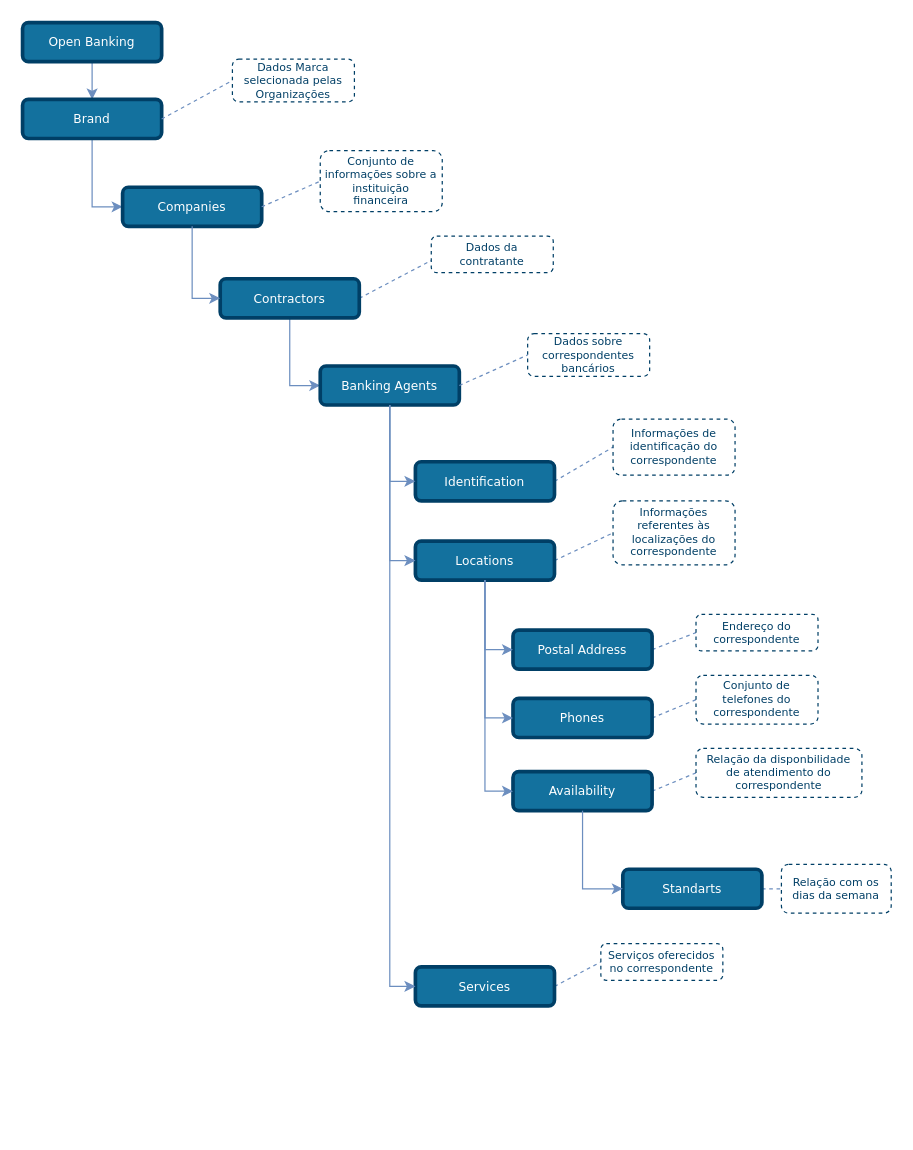
The draw.io diagram draw_io_diagrams/TLD_Banking_Agents_v1.drawio in OpenBanking-Brasil/areadesenvolvedor, before the edit. Source tidied: cells renumbered, new cells numbered last; positions are measured from the earlier drawing's top-left corner, leaving out a move shared by most shapes. Both pictures are drawn from the tidied source at 122%, with x=0, y=0 at pixel (22, 22).
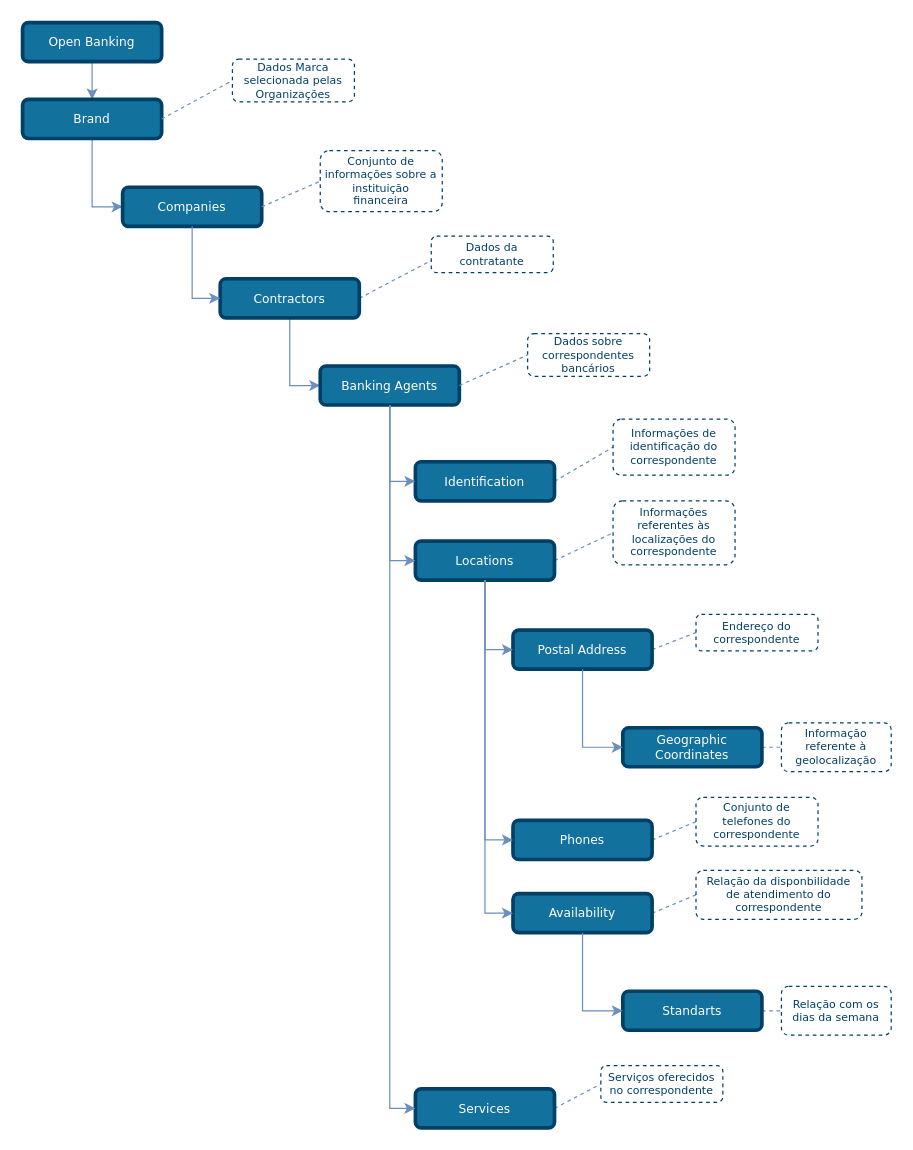
The same diagram, later.

Unchanged cells that the change refers to:
```xml
<mxCell id="32" value="Postal Address" style="rounded=1;comic=0;shadow=0;backgroundOutline=0;snapToPoint=0;fixDash=0;strokeWidth=3;fontFamily=Verdana;fontStyle=0;labelBorderColor=none;labelBackgroundColor=none;whiteSpace=wrap;html=1;fontSize=10;fillColor=#13719E;strokeColor=#003F66;fontColor=#ffffff;" parent="1" vertex="1">
  <mxGeometry x="402" y="498" width="114" height="32" as="geometry" />
</mxCell>
```

Change to the diagram source:
```diff
@@
     <mxCell id="28" value="Services" style="rounded=1;comic=0;shadow=0;backgroundOutline=0;snapToPoint=0;fixDash=0;strokeWidth=3;fontFamily=Verdana;fontStyle=0;labelBorderColor=none;labelBackgroundColor=none;whiteSpace=wrap;html=1;fontSize=10;fillColor=#13719E;strokeColor=#003F66;fontColor=#ffffff;" parent="1" vertex="1">
-      <mxGeometry x="322" y="774" width="114" height="32" as="geometry" />
+      <mxGeometry x="322" y="874" width="114" height="32" as="geometry" />
     </mxCell>
     <mxCell id="29" value="Serviços oferecidos no correspondente" style="rounded=1;whiteSpace=wrap;html=1;shadow=0;comic=0;strokeColor=#003F66;strokeWidth=1;fillColor=#ffffff;gradientColor=#ffffff;fontFamily=Verdana;fontSize=9;fontColor=#003F66;dashed=1;spacingLeft=5;spacing=0;spacingRight=5;spacingBottom=5;spacingTop=5;align=center;verticalAlign=middle;" parent="1" vertex="1">
-      <mxGeometry x="474" y="755" width="100" height="30" as="geometry" />
+      <mxGeometry x="474" y="855" width="100" height="30" as="geometry" />
     </mxCell>
@@
     <mxCell id="36" value="Phones" style="rounded=1;comic=0;shadow=0;backgroundOutline=0;snapToPoint=0;fixDash=0;strokeWidth=3;fontFamily=Verdana;fontStyle=0;labelBorderColor=none;labelBackgroundColor=none;whiteSpace=wrap;html=1;fontSize=10;fillColor=#13719E;strokeColor=#003F66;fontColor=#ffffff;" parent="1" vertex="1">
-      <mxGeometry x="402" y="554" width="114" height="32" as="geometry" />
+      <mxGeometry x="402" y="654" width="114" height="32" as="geometry" />
     </mxCell>
     <mxCell id="37" value="&lt;span&gt;Conjunto de telefones do correspondente&lt;/span&gt;" style="rounded=1;whiteSpace=wrap;html=1;shadow=0;comic=0;strokeColor=#003F66;strokeWidth=1;fillColor=#ffffff;gradientColor=#ffffff;fontFamily=Verdana;fontSize=9;fontColor=#003F66;dashed=1;spacingLeft=5;spacing=0;spacingRight=5;spacingBottom=5;spacingTop=5;align=center;verticalAlign=middle;" parent="1" vertex="1">
-      <mxGeometry x="552" y="535" width="100" height="40" as="geometry" />
+      <mxGeometry x="552" y="635" width="100" height="40" as="geometry" />
     </mxCell>
@@
     <mxCell id="40" value="Availability" style="rounded=1;comic=0;shadow=0;backgroundOutline=0;snapToPoint=0;fixDash=0;strokeWidth=3;fontFamily=Verdana;fontStyle=0;labelBorderColor=none;labelBackgroundColor=none;whiteSpace=wrap;html=1;fontSize=10;fillColor=#13719E;strokeColor=#003F66;fontColor=#ffffff;" parent="1" vertex="1">
-      <mxGeometry x="402" y="614" width="114" height="32" as="geometry" />
+      <mxGeometry x="402" y="714" width="114" height="32" as="geometry" />
     </mxCell>
     <mxCell id="41" value="Relação da disponbilidade de atendimento do correspondente" style="rounded=1;whiteSpace=wrap;html=1;shadow=0;comic=0;strokeColor=#003F66;strokeWidth=1;fillColor=#ffffff;gradientColor=#ffffff;fontFamily=Verdana;fontSize=9;fontColor=#003F66;dashed=1;spacingLeft=5;spacing=0;spacingRight=5;spacingBottom=5;spacingTop=5;align=center;verticalAlign=middle;" parent="1" vertex="1">
-      <mxGeometry x="552" y="595" width="136" height="40" as="geometry" />
+      <mxGeometry x="552" y="695" width="136" height="40" as="geometry" />
     </mxCell>
@@
     <mxCell id="44" value="Standarts" style="rounded=1;comic=0;shadow=0;backgroundOutline=0;snapToPoint=0;fixDash=0;strokeWidth=3;fontFamily=Verdana;fontStyle=0;labelBorderColor=none;labelBackgroundColor=none;whiteSpace=wrap;html=1;fontSize=10;fillColor=#13719E;strokeColor=#003F66;fontColor=#ffffff;" parent="1" vertex="1">
-      <mxGeometry x="492" y="694" width="114" height="32" as="geometry" />
+      <mxGeometry x="492" y="794" width="114" height="32" as="geometry" />
     </mxCell>
     <mxCell id="45" value="Relação com os dias da semana" style="rounded=1;whiteSpace=wrap;html=1;shadow=0;comic=0;strokeColor=#003F66;strokeWidth=1;fillColor=#ffffff;gradientColor=#ffffff;fontFamily=Verdana;fontSize=9;fontColor=#003F66;dashed=1;spacingLeft=5;spacing=0;spacingRight=5;spacingBottom=5;spacingTop=5;align=center;verticalAlign=middle;" parent="1" vertex="1">
-      <mxGeometry x="622" y="690" width="90" height="40" as="geometry" />
+      <mxGeometry x="622" y="790" width="90" height="40" as="geometry" />
     </mxCell>
@@
+    <mxCell id="47" style="rounded=1;jettySize=auto;html=1;exitX=1;exitY=0.5;exitDx=0;exitDy=0;entryX=0;entryY=0.5;entryDx=0;entryDy=0;endArrow=none;endFill=0;endSize=6;strokeColor=#6C8EBF;dashed=1;" parent="1" edge="1" source="48" target="49">
+      <mxGeometry relative="1" as="geometry" />
+    </mxCell>
+    <mxCell id="48" value="Geographic Coordinates" style="rounded=1;comic=0;shadow=0;backgroundOutline=0;snapToPoint=0;fixDash=0;strokeWidth=3;fontFamily=Verdana;fontStyle=0;labelBorderColor=none;labelBackgroundColor=none;whiteSpace=wrap;html=1;fontSize=10;fillColor=#13719E;strokeColor=#003F66;fontColor=#ffffff;" parent="1" vertex="1">
+      <mxGeometry x="492" y="578" width="114" height="32" as="geometry" />
+    </mxCell>
+    <mxCell id="49" value="Informação referente à geolocalização" style="rounded=1;whiteSpace=wrap;html=1;shadow=0;comic=0;strokeColor=#003F66;strokeWidth=1;fillColor=#ffffff;gradientColor=#ffffff;fontFamily=Verdana;fontSize=9;fontColor=#003F66;dashed=1;spacingLeft=5;spacing=0;spacingRight=5;spacingBottom=5;spacingTop=5;align=center;verticalAlign=middle;" parent="1" vertex="1">
+      <mxGeometry x="622" y="574" width="90" height="40" as="geometry" />
+    </mxCell>
+    <mxCell id="50" style="edgeStyle=orthogonalEdgeStyle;rounded=0;jettySize=auto;html=1;entryX=0;entryY=0.5;entryDx=0;entryDy=0;strokeColor=#6C8EBF;endArrow=classic;endFill=1;" parent="1" edge="1" source="32" target="48">
+      <mxGeometry relative="1" as="geometry" />
+    </mxCell>
```
